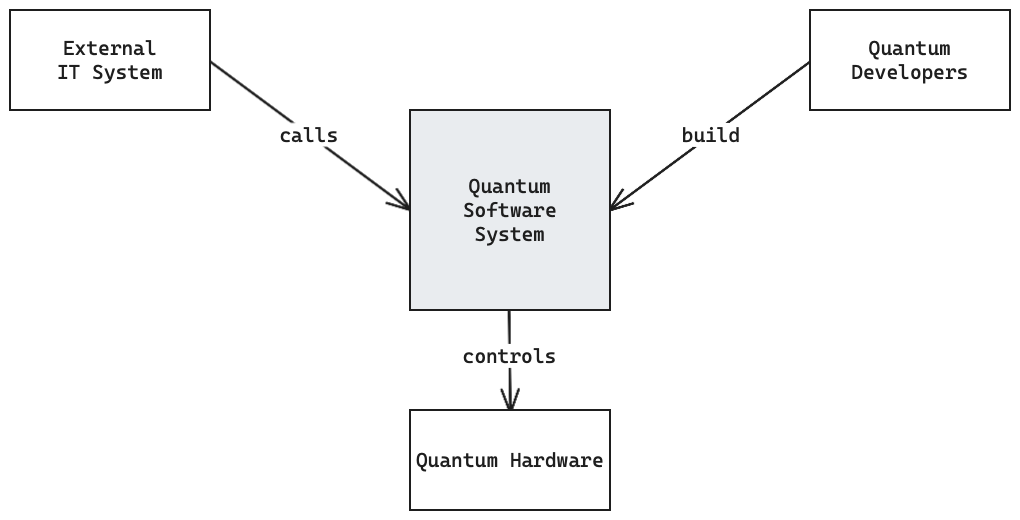
The Excalidraw diagram docs/images/Business-Context.excalidraw.png in FullStaQD/architecture, before a commit. Source tidied: one line per element, renumbered; positions are measured from the earlier drawing's top-left corner, leaving out a move shared by most shapes. Source of this version:
```json
{"id": 0, "type": "arrow", "strokeColor": "#1e1e1e", "backgroundColor": "#ffffff", "fillStyle": "solid", "strokeWidth": 2, "roughness": 0, "endArrowhead": "arrow", "from": 6, "to": 12, "x": 499, "y": 289, "width": 1, "height": 114, "points": [[0, 0], [1, 114]]}
{"id": 1, "type": "text", "text": "controls", "strokeColor": "#1e1e1e", "backgroundColor": "#ffffff", "fillStyle": "solid", "strokeWidth": 2, "roughness": 0, "fontSize": 20, "fontFamily": 3, "textAlign": "center", "verticalAlign": "middle", "inside": 0, "x": 453, "y": 334, "width": 94, "height": 24}
{"id": 2, "type": "arrow", "strokeColor": "#1e1e1e", "backgroundColor": "#ffffff", "fillStyle": "solid", "strokeWidth": 2, "roughness": 0, "endArrowhead": "arrow", "from": 10, "to": 6, "x": 803, "y": 49, "width": 204, "height": 151, "points": [[0, 0], [-204, 151]]}
{"id": 3, "type": "text", "text": "build", "strokeColor": "#1e1e1e", "backgroundColor": "#ffffff", "fillStyle": "solid", "strokeWidth": 2, "roughness": 0, "fontSize": 20, "fontFamily": 3, "textAlign": "center", "verticalAlign": "middle", "inside": 2, "x": 672, "y": 113, "width": 59, "height": 24}
{"id": 4, "type": "arrow", "strokeColor": "#1e1e1e", "backgroundColor": "#ffffff", "fillStyle": "solid", "strokeWidth": 2, "roughness": 0, "endArrowhead": "arrow", "from": 8, "to": 6, "x": 197, "y": 49, "width": 203, "height": 151, "points": [[0, 0], [203, 151]]}
{"id": 5, "type": "text", "text": "calls", "strokeColor": "#1e1e1e", "backgroundColor": "#ffffff", "fillStyle": "solid", "strokeWidth": 2, "roughness": 0, "fontSize": 20, "fontFamily": 3, "textAlign": "center", "verticalAlign": "middle", "inside": 4, "x": 270, "y": 113, "width": 59, "height": 24}
{"id": 6, "type": "rectangle", "strokeColor": "#1e1e1e", "backgroundColor": "#e9ecef", "fillStyle": "solid", "strokeWidth": 1, "roughness": 0, "x": 400, "y": 100, "width": 200, "height": 200}
{"id": 7, "type": "text", "text": "Quantum\nSoftware\nSystem", "strokeColor": "#1e1e1e", "backgroundColor": "#ffffff", "fillStyle": "solid", "strokeWidth": 1, "roughness": 0, "fontSize": 20, "fontFamily": 3, "textAlign": "center", "verticalAlign": "middle", "inside": 6, "x": 453, "y": 164, "width": 94, "height": 72}
{"id": 8, "type": "rectangle", "strokeColor": "#1e1e1e", "backgroundColor": "#ffffff", "fillStyle": "solid", "strokeWidth": 2, "roughness": 0, "x": 0, "y": 0, "width": 200, "height": 100}
{"id": 9, "type": "text", "text": "External\nIT System", "strokeColor": "#1e1e1e", "backgroundColor": "#ffffff", "fillStyle": "solid", "strokeWidth": 2, "roughness": 0, "fontSize": 20, "fontFamily": 3, "textAlign": "center", "verticalAlign": "middle", "inside": 8, "x": 47, "y": 26, "width": 105, "height": 48}
{"id": 10, "type": "rectangle", "strokeColor": "#1e1e1e", "backgroundColor": "#ffffff", "fillStyle": "solid", "strokeWidth": 2, "roughness": 0, "x": 800, "y": 0, "width": 200, "height": 100}
{"id": 11, "type": "text", "text": "Quantum\nDevelopers", "strokeColor": "#1e1e1e", "backgroundColor": "#ffffff", "fillStyle": "solid", "strokeWidth": 2, "roughness": 0, "fontSize": 20, "fontFamily": 3, "textAlign": "center", "verticalAlign": "middle", "inside": 10, "x": 841, "y": 26, "width": 117, "height": 48}
{"id": 12, "type": "rectangle", "strokeColor": "#1e1e1e", "backgroundColor": "#ffffff", "fillStyle": "solid", "strokeWidth": 2, "roughness": 0, "x": 400, "y": 400, "width": 200, "height": 100}
{"id": 13, "type": "text", "text": "Quantum Hardware", "strokeColor": "#1e1e1e", "backgroundColor": "#ffffff", "fillStyle": "solid", "strokeWidth": 2, "roughness": 0, "fontSize": 20, "fontFamily": 3, "textAlign": "center", "verticalAlign": "middle", "inside": 12, "x": 406, "y": 438, "width": 188, "height": 24}
```
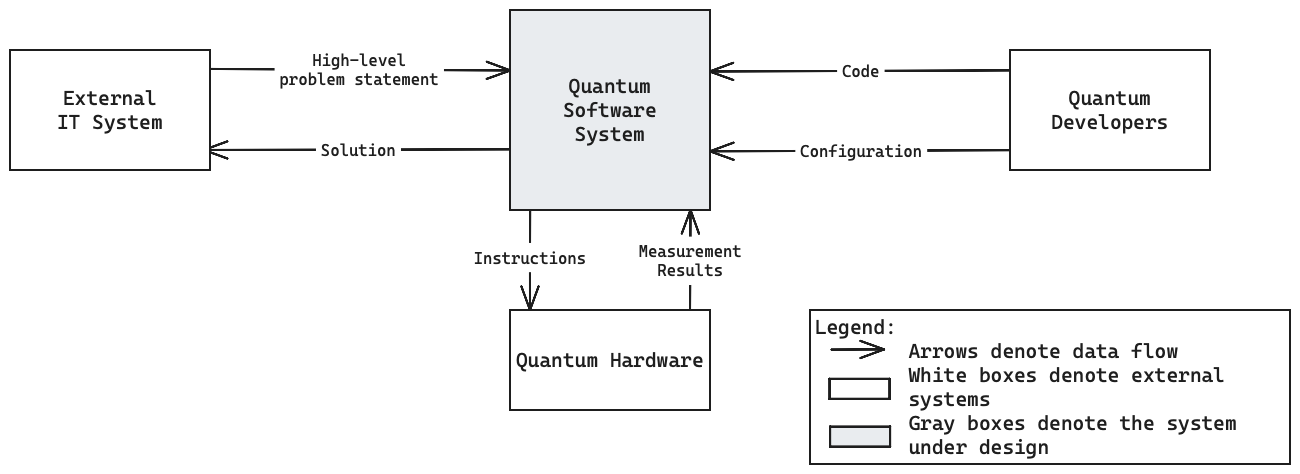
Above is the later version.

Commit message:
docs(context): add technical context section, refine business context section

Diff of the diagram source:
```diff
@@ -1,14 +1,25 @@
+{"id": 5, "type": "text", "text": "High-level\nproblem statement", "strokeColor": "#1e1e1e", "backgroundColor": "#ffffff", "fillStyle": "solid", "strokeWidth": 2, "roughness": 0, "fontSize": 16, "fontFamily": 3, "textAlign": "center", "verticalAlign": "middle", "inside": 4, "x": 222, "y": 141, "width": 159, "height": 38}
+{"id": 4, "type": "arrow", "strokeColor": "#1e1e1e", "backgroundColor": "#ffffff", "fillStyle": "solid", "strokeWidth": 2, "roughness": 0, "endArrowhead": "arrow", "from": 8, "to": 6, "x": 98, "y": 159, "width": 302, "height": 2, "points": [[0, 0], [302, 2]]}
+{"id": 14, "type": "text", "text": "Configuration", "strokeColor": "#1e1e1e", "backgroundColor": "#ffffff", "fillStyle": "solid", "strokeWidth": 2, "roughness": 0, "fontSize": 16, "fontFamily": 3, "textAlign": "center", "verticalAlign": "middle", "inside": 15, "x": 690, "y": 231, "width": 122, "height": 19}
+{"id": 15, "type": "arrow", "strokeColor": "#1e1e1e", "backgroundColor": "#ffffff", "fillStyle": "solid", "strokeWidth": 2, "roughness": 0, "endArrowhead": "arrow", "from": 10, "x": 903, "y": 240, "width": 303, "height": 1, "points": [[0, 0], [-303, 1]]}
+{"id": 3, "type": "text", "text": "Code", "strokeColor": "#1e1e1e", "backgroundColor": "#ffffff", "fillStyle": "solid", "strokeWidth": 2, "roughness": 0, "fontSize": 16, "fontFamily": 3, "textAlign": "center", "verticalAlign": "middle", "inside": 2, "x": 683, "y": 151, "width": 38, "height": 19}
+{"id": 2, "type": "arrow", "strokeColor": "#1e1e1e", "backgroundColor": "#ffffff", "fillStyle": "solid", "strokeWidth": 2, "roughness": 0, "endArrowhead": "arrow", "from": 10, "to": 6, "x": 902, "y": 160, "width": 302, "height": 1, "points": [[0, 0], [-302, 1]]}
+{"id": 16, "type": "arrow", "strokeColor": "#1e1e1e", "backgroundColor": "#ffffff", "fillStyle": "solid", "strokeWidth": 2, "roughness": 0, "endArrowhead": "arrow", "x": 580, "y": 402, "width": 0, "height": 102, "points": [[0, 0], [0, -51], [0, -102]]}
+{"id": 17, "type": "text", "text": "Measurement\nResults", "strokeColor": "#1e1e1e", "backgroundColor": "#ffffff", "fillStyle": "solid", "strokeWidth": 2, "roughness": 0, "fontSize": 16, "fontFamily": 3, "textAlign": "center", "verticalAlign": "middle", "inside": 16, "x": 507, "y": 330, "width": 103, "height": 38}
+{"id": 1, "type": "text", "text": "Instructions", "strokeColor": "#1e1e1e", "backgroundColor": "#ffffff", "fillStyle": "solid", "strokeWidth": 2, "roughness": 0, "fontSize": 16, "fontFamily": 3, "textAlign": "center", "verticalAlign": "middle", "inside": 0, "x": 383, "y": 340, "width": 112, "height": 19}
-{"id": 0, "type": "arrow", "strokeColor": "#1e1e1e", "backgroundColor": "#ffffff", "fillStyle": "solid", "strokeWidth": 2, "roughness": 0, "endArrowhead": "arrow", "from": 6, "to": 12, "x": 499, "y": 289, "width": 1, "height": 114, "points": [[0, 0], [1, 114]]}
+{"id": 0, "type": "arrow", "strokeColor": "#1e1e1e", "backgroundColor": "#ffffff", "fillStyle": "solid", "strokeWidth": 2, "roughness": 0, "endArrowhead": "arrow", "from": 6, "x": 420, "y": 298, "width": 0, "height": 102, "points": [[0, 0], [0, 50], [0, 102]]}
-{"id": 1, "type": "text", "text": "controls", "strokeColor": "#1e1e1e", "backgroundColor": "#ffffff", "fillStyle": "solid", "strokeWidth": 2, "roughness": 0, "fontSize": 20, "fontFamily": 3, "textAlign": "center", "verticalAlign": "middle", "inside": 0, "x": 453, "y": 334, "width": 94, "height": 24}
-{"id": 2, "type": "arrow", "strokeColor": "#1e1e1e", "backgroundColor": "#ffffff", "fillStyle": "solid", "strokeWidth": 2, "roughness": 0, "endArrowhead": "arrow", "from": 10, "to": 6, "x": 803, "y": 49, "width": 204, "height": 151, "points": [[0, 0], [-204, 151]]}
-{"id": 3, "type": "text", "text": "build", "strokeColor": "#1e1e1e", "backgroundColor": "#ffffff", "fillStyle": "solid", "strokeWidth": 2, "roughness": 0, "fontSize": 20, "fontFamily": 3, "textAlign": "center", "verticalAlign": "middle", "inside": 2, "x": 672, "y": 113, "width": 59, "height": 24}
-{"id": 4, "type": "arrow", "strokeColor": "#1e1e1e", "backgroundColor": "#ffffff", "fillStyle": "solid", "strokeWidth": 2, "roughness": 0, "endArrowhead": "arrow", "from": 8, "to": 6, "x": 197, "y": 49, "width": 203, "height": 151, "points": [[0, 0], [203, 151]]}
-{"id": 5, "type": "text", "text": "calls", "strokeColor": "#1e1e1e", "backgroundColor": "#ffffff", "fillStyle": "solid", "strokeWidth": 2, "roughness": 0, "fontSize": 20, "fontFamily": 3, "textAlign": "center", "verticalAlign": "middle", "inside": 4, "x": 270, "y": 113, "width": 59, "height": 24}
+{"id": 18, "type": "arrow", "strokeColor": "#1e1e1e", "backgroundColor": "#ffffff", "fillStyle": "solid", "strokeWidth": 2, "roughness": 0, "endArrowhead": "arrow", "from": 6, "to": 8, "x": 403, "y": 239, "width": 309, "height": 1, "points": [[0, 0], [-309, 1]]}
+{"id": 19, "type": "text", "text": "Solution", "strokeColor": "#1e1e1e", "backgroundColor": "#ffffff", "fillStyle": "solid", "strokeWidth": 2, "roughness": 0, "fontSize": 16, "fontFamily": 3, "textAlign": "center", "verticalAlign": "middle", "inside": 18, "x": 211, "y": 230, "width": 75, "height": 19}
 {"id": 6, "type": "rectangle", "strokeColor": "#1e1e1e", "backgroundColor": "#e9ecef", "fillStyle": "solid", "strokeWidth": 1, "roughness": 0, "x": 400, "y": 100, "width": 200, "height": 200}
 {"id": 7, "type": "text", "text": "Quantum\nSoftware\nSystem", "strokeColor": "#1e1e1e", "backgroundColor": "#ffffff", "fillStyle": "solid", "strokeWidth": 1, "roughness": 0, "fontSize": 20, "fontFamily": 3, "textAlign": "center", "verticalAlign": "middle", "inside": 6, "x": 453, "y": 164, "width": 94, "height": 72}
-{"id": 8, "type": "rectangle", "strokeColor": "#1e1e1e", "backgroundColor": "#ffffff", "fillStyle": "solid", "strokeWidth": 2, "roughness": 0, "x": 0, "y": 0, "width": 200, "height": 100}
+{"id": 8, "type": "rectangle", "strokeColor": "#1e1e1e", "backgroundColor": "#ffffff", "fillStyle": "solid", "strokeWidth": 2, "roughness": 0, "x": -100, "y": 140, "width": 200, "height": 120}
-{"id": 9, "type": "text", "text": "External\nIT System", "strokeColor": "#1e1e1e", "backgroundColor": "#ffffff", "fillStyle": "solid", "strokeWidth": 2, "roughness": 0, "fontSize": 20, "fontFamily": 3, "textAlign": "center", "verticalAlign": "middle", "inside": 8, "x": 47, "y": 26, "width": 105, "height": 48}
+{"id": 9, "type": "text", "text": "External\nIT System", "strokeColor": "#1e1e1e", "backgroundColor": "#ffffff", "fillStyle": "solid", "strokeWidth": 2, "roughness": 0, "fontSize": 20, "fontFamily": 3, "textAlign": "center", "verticalAlign": "middle", "inside": 8, "x": -53, "y": 176, "width": 105, "height": 48}
-{"id": 10, "type": "rectangle", "strokeColor": "#1e1e1e", "backgroundColor": "#ffffff", "fillStyle": "solid", "strokeWidth": 2, "roughness": 0, "x": 800, "y": 0, "width": 200, "height": 100}
+{"id": 10, "type": "rectangle", "strokeColor": "#1e1e1e", "backgroundColor": "#ffffff", "fillStyle": "solid", "strokeWidth": 2, "roughness": 0, "x": 900, "y": 140, "width": 200, "height": 120}
-{"id": 11, "type": "text", "text": "Quantum\nDevelopers", "strokeColor": "#1e1e1e", "backgroundColor": "#ffffff", "fillStyle": "solid", "strokeWidth": 2, "roughness": 0, "fontSize": 20, "fontFamily": 3, "textAlign": "center", "verticalAlign": "middle", "inside": 10, "x": 841, "y": 26, "width": 117, "height": 48}
+{"id": 11, "type": "text", "text": "Quantum\nDevelopers", "strokeColor": "#1e1e1e", "backgroundColor": "#ffffff", "fillStyle": "solid", "strokeWidth": 2, "roughness": 0, "fontSize": 20, "fontFamily": 3, "textAlign": "center", "verticalAlign": "middle", "inside": 10, "x": 941, "y": 176, "width": 117, "height": 48}
 {"id": 12, "type": "rectangle", "strokeColor": "#1e1e1e", "backgroundColor": "#ffffff", "fillStyle": "solid", "strokeWidth": 2, "roughness": 0, "x": 400, "y": 400, "width": 200, "height": 100}
 {"id": 13, "type": "text", "text": "Quantum Hardware", "strokeColor": "#1e1e1e", "backgroundColor": "#ffffff", "fillStyle": "solid", "strokeWidth": 2, "roughness": 0, "fontSize": 20, "fontFamily": 3, "textAlign": "center", "verticalAlign": "middle", "inside": 12, "x": 406, "y": 438, "width": 188, "height": 24}
+{"id": 20, "type": "rectangle", "strokeColor": "#1e1e1e", "backgroundColor": "#ffffff", "fillStyle": "solid", "strokeWidth": 2, "roughness": 0, "x": 700, "y": 400, "width": 480, "height": 154}
+{"id": 21, "type": "text", "text": "Legend:\n        Arrows denote data flow\n        White boxes denote external \n        systems\n        Gray boxes denote the system\n        under design", "strokeColor": "#1e1e1e", "backgroundColor": "#ffffff", "fillStyle": "solid", "strokeWidth": 2, "roughness": 0, "fontSize": 20, "fontFamily": 3, "inside": 20, "x": 705, "y": 405, "width": 422, "height": 144}
+{"id": 22, "type": "rectangle", "strokeColor": "#1e1e1e", "backgroundColor": "#ffffff", "fillStyle": "solid", "strokeWidth": 2, "roughness": 0, "x": 720, "y": 469, "width": 60, "height": 20}
+{"id": 23, "type": "rectangle", "strokeColor": "#1e1e1e", "backgroundColor": "#e9ecef", "fillStyle": "solid", "strokeWidth": 2, "roughness": 0, "x": 720, "y": 517, "width": 60, "height": 20}
+{"id": 24, "type": "arrow", "strokeColor": "#1e1e1e", "backgroundColor": "#e9ecef", "fillStyle": "solid", "strokeWidth": 2, "roughness": 0, "endArrowhead": "arrow", "from": 20, "to": 20, "x": 722, "y": 440, "width": 52, "height": 0, "points": [[0, 0], [52, 0]]}
```
